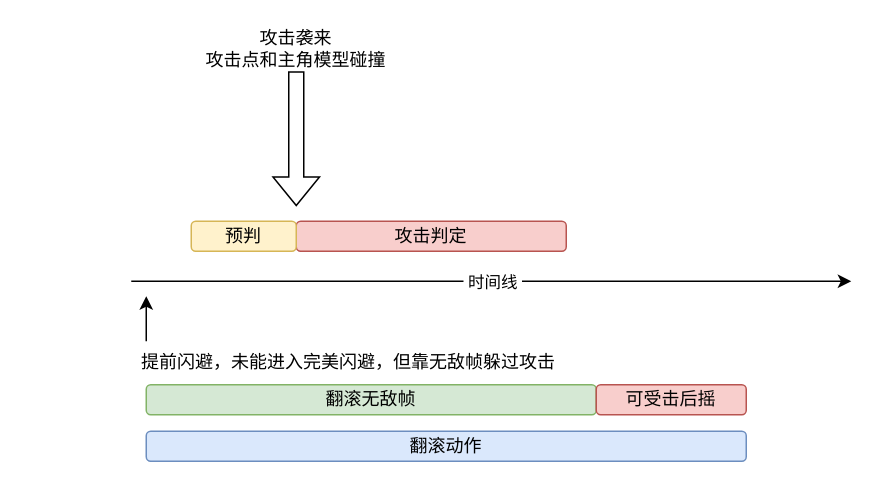
Above: 攻击时间线3提前闪避.drawio in pearhield/test (draw.io), before the change. Source tidied: cells renumbered, new cells numbered last; positions are measured from the earlier drawing's top-left corner, leaving out a move shared by most shapes. Both pictures are drawn from the tidied source at 150%, with x=0, y=0 at pixel (130, 26).
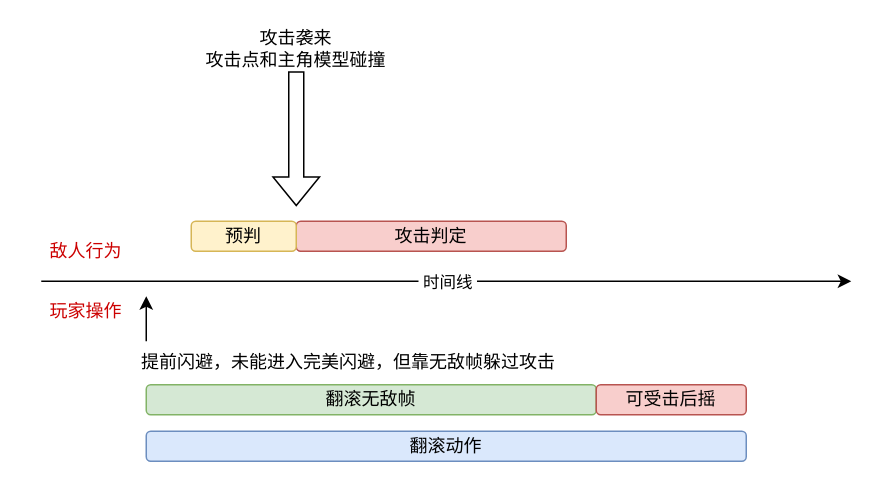
The same diagram, later.

Commit message:
更新攻击时间线3提前闪避.drawio

Diff of the diagram source:
```diff
@@
 <mxGraphModel>
   <root>
     <mxCell id="0" />
     <mxCell id="1" parent="0" />
     <mxCell id="2" style="endArrow=classic;html=1;rounded=0;" parent="1" edge="1">
       <mxGeometry relative="1" as="geometry">
-        <mxPoint y="170" as="sourcePoint" />
+        <mxPoint x="-60" y="170" as="sourcePoint" />
         <mxPoint x="480" y="170" as="targetPoint" />
       </mxGeometry>
     </mxCell>
     <mxCell id="3" value="&amp;nbsp;时间线&amp;nbsp;" style="edgeLabel;html=1;align=center;verticalAlign=middle;" parent="2" vertex="1">
       <mxGeometry relative="1" as="geometry" />
     </mxCell>
     <mxCell id="4" value="攻击判定" style="rounded=1;whiteSpace=wrap;html=1;fillColor=#f8cecc;strokeColor=#b85450;" parent="1" vertex="1">
       <mxGeometry x="110" y="130" width="180" height="20" as="geometry" />
     </mxCell>
     <mxCell id="5" value="预判" style="rounded=1;whiteSpace=wrap;html=1;fillColor=#fff2cc;strokeColor=#d6b656;" parent="1" vertex="1">
       <mxGeometry x="40" y="130" width="70" height="20" as="geometry" />
     </mxCell>
     <mxCell id="6" style="shape=flexArrow;endArrow=classic;html=1;rounded=0;" parent="1" edge="1">
       <mxGeometry relative="1" as="geometry">
         <mxPoint x="110" y="30" as="sourcePoint" />
         <mxPoint x="110" y="120" as="targetPoint" />
       </mxGeometry>
     </mxCell>
     <mxCell id="7" value="攻击袭来&lt;br&gt;攻击点和主角模型碰撞" style="text;html=1;strokeColor=none;fillColor=none;align=center;verticalAlign=middle;whiteSpace=wrap;rounded=0;" parent="1" vertex="1">
       <mxGeometry x="40" width="140" height="30" as="geometry" />
     </mxCell>
     <mxCell id="8" style="endArrow=classic;html=1;rounded=0;" parent="1" edge="1">
       <mxGeometry relative="1" as="geometry">
         <mxPoint x="10" y="210" as="sourcePoint" />
         <mxPoint x="10" y="180" as="targetPoint" />
       </mxGeometry>
     </mxCell>
     <mxCell id="9" value="提前闪避，未能进入完美闪避，但靠无敌帧躲过攻击" style="text;html=1;strokeColor=none;fillColor=none;align=center;verticalAlign=middle;whiteSpace=wrap;rounded=0;" parent="1" vertex="1">
       <mxGeometry y="209" width="290" height="30" as="geometry" />
     </mxCell>
     <mxCell id="10" value="翻滚无敌帧" style="rounded=1;whiteSpace=wrap;html=1;fillColor=#d5e8d4;strokeColor=#82b366;" parent="1" vertex="1">
       <mxGeometry x="10" y="239" width="300" height="20" as="geometry" />
     </mxCell>
     <mxCell id="11" value="翻滚动作" style="rounded=1;whiteSpace=wrap;html=1;fillColor=#dae8fc;strokeColor=#6c8ebf;" parent="1" vertex="1">
       <mxGeometry x="10" y="270" width="400" height="20" as="geometry" />
     </mxCell>
     <mxCell id="12" value="可受击后摇" style="rounded=1;whiteSpace=wrap;html=1;fillColor=#f8cecc;strokeColor=#b85450;" parent="1" vertex="1">
       <mxGeometry x="310" y="239" width="100" height="20" as="geometry" />
     </mxCell>
+    <mxCell id="13" value="敌人行为" style="text;html=1;strokeColor=none;fillColor=none;align=center;verticalAlign=middle;whiteSpace=wrap;rounded=0;fontColor=#CC0000;" parent="1" vertex="1">
+      <mxGeometry x="-70" y="140" width="80" height="20" as="geometry" />
+    </mxCell>
+    <mxCell id="14" value="玩家操作" style="text;html=1;strokeColor=none;fillColor=none;align=center;verticalAlign=middle;whiteSpace=wrap;rounded=0;fontColor=#CC0000;" parent="1" vertex="1">
+      <mxGeometry x="-70" y="180" width="80" height="20" as="geometry" />
+    </mxCell>
   </root>
 </mxGraphModel>
```
